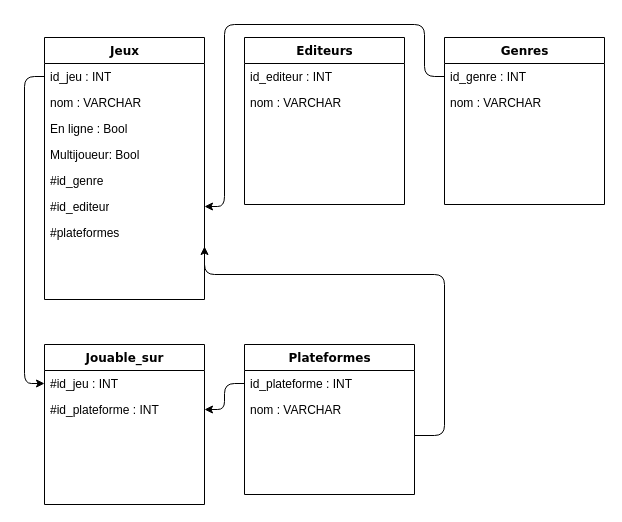
simowment/SQL keeps this draw.io diagram as Diagramme sans nom.drawio. Above is the earlier version. Source tidied: cells renumbered, new cells numbered last; positions are measured from the earlier drawing's top-left corner, leaving out a move shared by most shapes. Both pictures are drawn from the tidied source at 100%, with x=0, y=0 at pixel (44, 24).
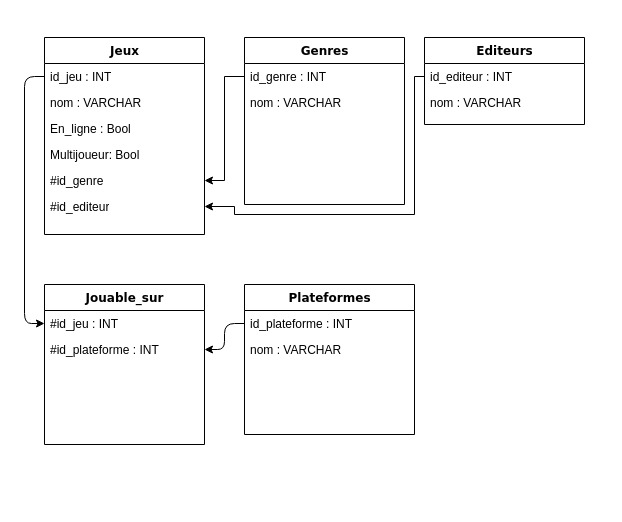
Above is the later version.

Commit message:
Mettre à jour Diagramme sans nom.drawio

The change refers to these unchanged cells:
```xml
<mxCell id="7" value="#id_genre&lt;br&gt;" style="text;html=1;strokeColor=none;fillColor=none;align=left;verticalAlign=top;spacingLeft=4;spacingRight=4;whiteSpace=wrap;overflow=hidden;points=[[0,0.5],[1,0.5]];portConstraint=eastwest;" parent="2" vertex="1">
  <mxGeometry y="130" width="160" height="26" as="geometry" />
</mxCell>
<mxCell id="8" value="#id_editeur&lt;br&gt;" style="text;html=1;strokeColor=none;fillColor=none;align=left;verticalAlign=top;spacingLeft=4;spacingRight=4;whiteSpace=wrap;overflow=hidden;points=[[0,0.5],[1,0.5]];portConstraint=eastwest;" parent="2" vertex="1">
  <mxGeometry y="156" width="160" height="26" as="geometry" />
</mxCell>
<mxCell id="11" value="id_editeur : INT" style="text;html=1;strokeColor=none;fillColor=none;align=left;verticalAlign=top;spacingLeft=4;spacingRight=4;whiteSpace=wrap;overflow=hidden;points=[[0,0.5],[1,0.5]];portConstraint=eastwest;" parent="10" vertex="1">
  <mxGeometry y="26" width="160" height="26" as="geometry" />
</mxCell>
<mxCell id="14" value="id_genre : INT" style="text;html=1;strokeColor=none;fillColor=none;align=left;verticalAlign=top;spacingLeft=4;spacingRight=4;whiteSpace=wrap;overflow=hidden;points=[[0,0.5],[1,0.5]];portConstraint=eastwest;" parent="13" vertex="1">
  <mxGeometry y="26" width="160" height="26" as="geometry" />
</mxCell>
<mxCell id="19" value="&amp;nbsp;" style="text;html=1;strokeColor=none;fillColor=none;align=left;verticalAlign=top;spacingLeft=4;spacingRight=4;whiteSpace=wrap;overflow=hidden;points=[[0,0.5],[1,0.5]];portConstraint=eastwest;" parent="16" vertex="1">
  <mxGeometry y="78" width="170" height="26" as="geometry" />
</mxCell>
```

Change to the diagram source:
```diff
@@
     <mxCell id="2" value="Jeux&lt;br&gt;" style="swimlane;html=1;fontStyle=1;align=center;verticalAlign=top;horizontal=1;startSize=26;swimlaneFillColor=#ffffff;rounded=0;shadow=0;comic=0;labelBackgroundColor=none;strokeWidth=1;fillColor=none;fontFamily=Verdana;fontSize=12;" parent="1" vertex="1">
-      <mxGeometry y="13" width="160" height="262" as="geometry" />
+      <mxGeometry y="13" width="160" height="197" as="geometry" />
     </mxCell>
@@
-    <mxCell id="5" value="En ligne : Bool" style="text;html=1;strokeColor=none;fillColor=none;align=left;verticalAlign=top;spacingLeft=4;spacingRight=4;whiteSpace=wrap;overflow=hidden;" parent="2" vertex="1">
+    <mxCell id="5" value="En_ligne : Bool" style="text;html=1;strokeColor=none;fillColor=none;align=left;verticalAlign=top;spacingLeft=4;spacingRight=4;whiteSpace=wrap;overflow=hidden;" parent="2" vertex="1">
       <mxGeometry y="78" width="160" height="26" as="geometry" />
     </mxCell>
@@
-    <mxCell id="9" value="#plateformes" style="text;html=1;strokeColor=none;fillColor=none;align=left;verticalAlign=top;spacingLeft=4;spacingRight=4;whiteSpace=wrap;overflow=hidden;points=[[0,0.5],[1,0.5]];portConstraint=eastwest;" parent="2" vertex="1">
-      <mxGeometry y="182" width="160" height="54" as="geometry" />
-    </mxCell>
     <mxCell id="10" value="Editeurs&lt;br&gt;" style="swimlane;html=1;fontStyle=1;align=center;verticalAlign=top;horizontal=1;startSize=26;swimlaneFillColor=#ffffff;rounded=0;shadow=0;comic=0;labelBackgroundColor=none;strokeWidth=1;fillColor=none;fontFamily=Verdana;fontSize=12;" parent="1" vertex="1">
-      <mxGeometry x="200" y="13" width="160" height="167" as="geometry" />
+      <mxGeometry x="380" y="13" width="160" height="87" as="geometry" />
     </mxCell>
@@
     <mxCell id="13" value="Genres" style="swimlane;html=1;fontStyle=1;align=center;verticalAlign=top;horizontal=1;startSize=26;swimlaneFillColor=#ffffff;rounded=0;shadow=0;comic=0;labelBackgroundColor=none;strokeWidth=1;fillColor=none;fontFamily=Verdana;fontSize=12;" parent="1" vertex="1">
-      <mxGeometry x="400" y="13" width="160" height="167" as="geometry" />
+      <mxGeometry x="200" y="13" width="160" height="167" as="geometry" />
     </mxCell>
@@
     <mxCell id="16" value="Plateformes" style="swimlane;html=1;fontStyle=1;align=center;verticalAlign=top;horizontal=1;startSize=26;swimlaneFillColor=#ffffff;rounded=0;shadow=0;comic=0;labelBackgroundColor=none;strokeWidth=1;fillColor=none;fontFamily=Verdana;fontSize=12;" parent="1" vertex="1">
-      <mxGeometry x="200" y="320" width="170" height="150" as="geometry" />
+      <mxGeometry x="200" y="260" width="170" height="150" as="geometry" />
     </mxCell>
@@
     <mxCell id="20" value="Jouable_sur&lt;br&gt;" style="swimlane;html=1;fontStyle=1;align=center;verticalAlign=top;horizontal=1;startSize=26;swimlaneFillColor=#ffffff;rounded=0;shadow=0;comic=0;labelBackgroundColor=none;strokeWidth=1;fillColor=none;fontFamily=Verdana;fontSize=12;" parent="1" vertex="1">
-      <mxGeometry y="320" width="160" height="160" as="geometry" />
+      <mxGeometry y="260" width="160" height="160" as="geometry" />
     </mxCell>
@@
-    <mxCell id="25" style="edgeStyle=orthogonalEdgeStyle;rounded=1;jettySize=auto;html=1;entryX=1;entryY=0.5;entryDx=0;entryDy=0;" parent="1" edge="1" source="14">
-      <mxGeometry relative="1" as="geometry">
-        <mxPoint x="160" y="182" as="targetPoint" />
-        <Array as="points">
-          <mxPoint x="380" y="52" />
-          <mxPoint x="380" />
-          <mxPoint x="180" />
-          <mxPoint x="180" y="182" />
-        </Array>
-      </mxGeometry>
-    </mxCell>
-    <mxCell id="26" style="edgeStyle=orthogonalEdgeStyle;rounded=1;jettySize=auto;html=1;entryX=1;entryY=0.5;entryDx=0;entryDy=0;exitX=1;exitY=0.5;exitDx=0;exitDy=0;" parent="1" edge="1" source="19" target="9">
-      <mxGeometry relative="1" as="geometry">
-        <Array as="points">
-          <mxPoint x="400" y="411" />
-          <mxPoint x="400" y="250" />
-          <mxPoint x="160" y="250" />
-        </Array>
-      </mxGeometry>
-    </mxCell>
+    <mxCell id="27" style="edgeStyle=orthogonalEdgeStyle;rounded=0;jettySize=auto;html=1;exitX=0;exitY=0.5;exitDx=0;exitDy=0;entryX=1;entryY=0.5;entryDx=0;entryDy=0;" parent="1" edge="1" source="11" target="8">
+      <mxGeometry relative="1" as="geometry">
+        <Array as="points">
+          <mxPoint x="370" y="52" />
+          <mxPoint x="370" y="190" />
+          <mxPoint x="190" y="190" />
+          <mxPoint x="190" y="182" />
+        </Array>
+      </mxGeometry>
+    </mxCell>
+    <mxCell id="28" style="edgeStyle=orthogonalEdgeStyle;rounded=0;jettySize=auto;html=1;exitX=0;exitY=0.5;exitDx=0;exitDy=0;entryX=1;entryY=0.5;entryDx=0;entryDy=0;" parent="1" edge="1" source="14" target="7">
+      <mxGeometry relative="1" as="geometry" />
+    </mxCell>
```
